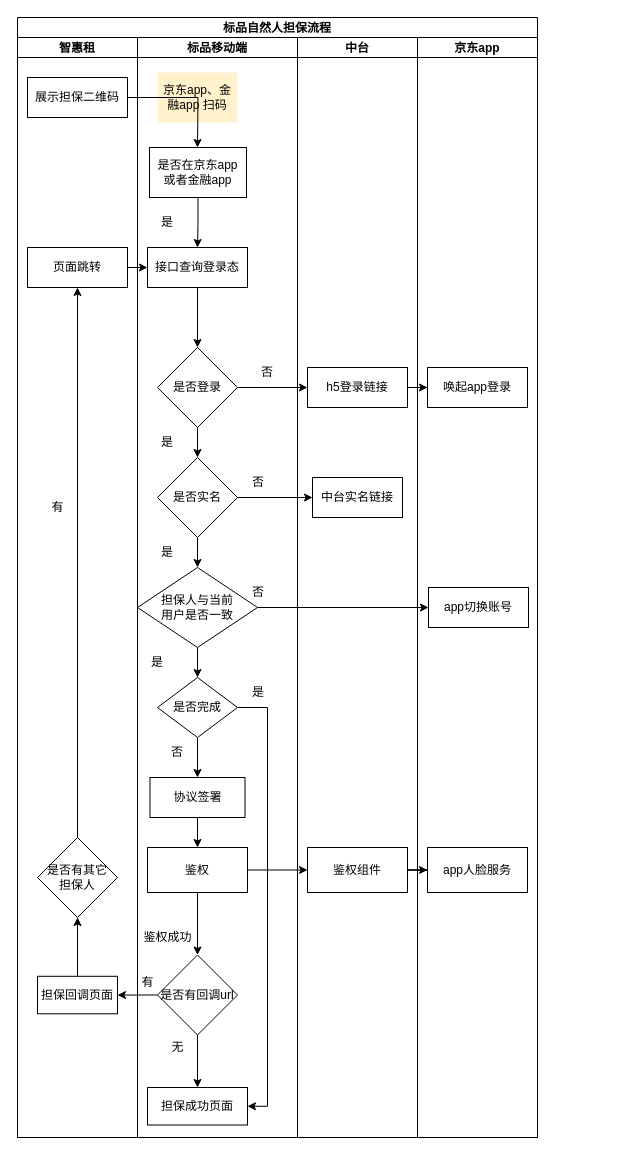
Above: 标品担保流程.drawio in senyawang/drawio (draw.io), before the change. Source tidied: cells renumbered, new cells numbered last; positions are measured from the earlier drawing's top-left corner, leaving out a move shared by most shapes. Both pictures are drawn from the tidied source at 100%, with x=0, y=0 at pixel (17, 17).
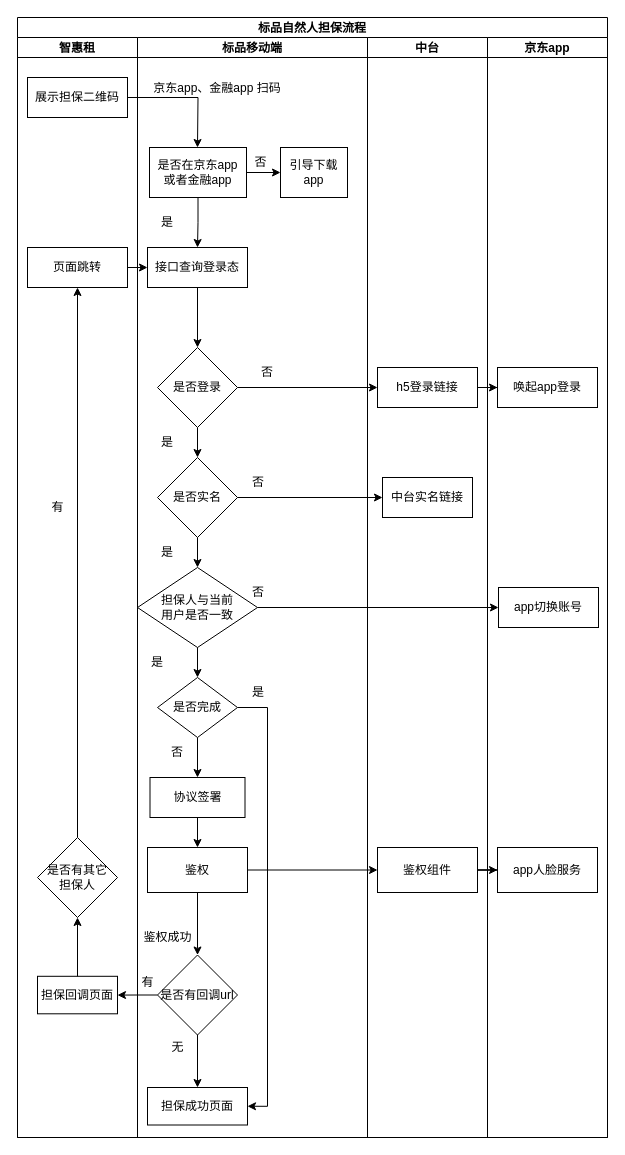
The same diagram, later.

Commit message:
更新标品担保流程.drawio

The change refers to these unchanged cells:
```xml
<mxCell id="31" value="是否在京东app&lt;br&gt;或者金融app" style="rounded=0;whiteSpace=wrap;html=1;" parent="7" vertex="1">
  <mxGeometry x="12" y="110" width="97" height="50" as="geometry" />
</mxCell>
```

Diff of the diagram source:
```diff
@@
     <mxCell id="2" value="标品自然人担保流程" style="swimlane;startSize=20;" parent="1" vertex="1">
-      <mxGeometry width="520" height="1120" as="geometry" />
+      <mxGeometry width="590" height="1120" as="geometry" />
     </mxCell>
@@
     <mxCell id="7" value="标品移动端" style="swimlane;startSize=20;" parent="2" vertex="1">
-      <mxGeometry x="120" y="20" width="160" height="1100" as="geometry" />
+      <mxGeometry x="120" y="20" width="230" height="1100" as="geometry" />
     </mxCell>
@@
-    <mxCell id="9" value="京东app、金融app 扫码" style="text;html=1;align=center;verticalAlign=middle;whiteSpace=wrap;rounded=0;fillColor=#fff2cc;strokeColor=none;" parent="7" vertex="1">
-      <mxGeometry x="20" y="35" width="80" height="50" as="geometry" />
-    </mxCell>
@@
+    <mxCell id="62" value="否" style="text;html=1;align=center;verticalAlign=middle;strokeColor=none;fillColor=none;" parent="7" vertex="1">
+      <mxGeometry x="103" y="110" width="40" height="30" as="geometry" />
+    </mxCell>
+    <mxCell id="63" value="引导下载app" style="rounded=0;whiteSpace=wrap;html=1;" parent="7" vertex="1">
+      <mxGeometry x="143" y="110" width="67" height="50" as="geometry" />
+    </mxCell>
+    <mxCell id="64" style="edgeStyle=orthogonalEdgeStyle;rounded=0;jettySize=auto;html=1;" parent="7" edge="1" source="31" target="63">
+      <mxGeometry relative="1" as="geometry" />
+    </mxCell>
+    <mxCell id="9" value="京东app、金融app 扫码" style="text;html=1;align=center;verticalAlign=middle;whiteSpace=wrap;rounded=0;" parent="7" vertex="1">
+      <mxGeometry y="26" width="160" height="50" as="geometry" />
+    </mxCell>
     <mxCell id="33" value="中台" style="swimlane;startSize=20;" parent="2" vertex="1">
-      <mxGeometry x="280" y="20" width="120" height="1100" as="geometry" />
+      <mxGeometry x="350" y="20" width="120" height="1100" as="geometry" />
     </mxCell>
@@
     <mxCell id="37" value="京东app" style="swimlane;startSize=20;" parent="2" vertex="1">
-      <mxGeometry x="400" y="20" width="120" height="1100" as="geometry" />
+      <mxGeometry x="470" y="20" width="120" height="1100" as="geometry" />
     </mxCell>
```
